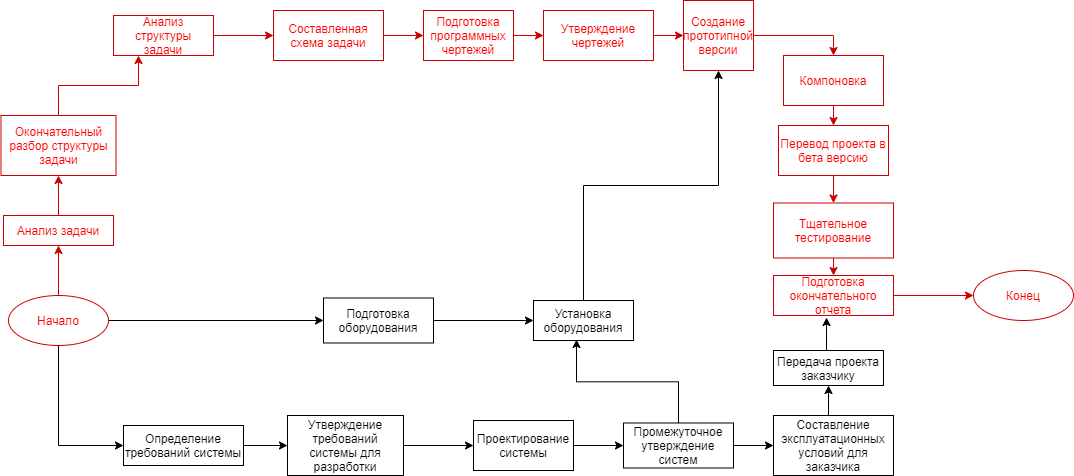
Earlier version of the draw.io export Network Diagram.png (krimberg/Alarm-clock). Source tidied: cells renumbered, new cells last; positions are measured from the earlier drawing's top-left corner, leaving out a move shared by most shapes.
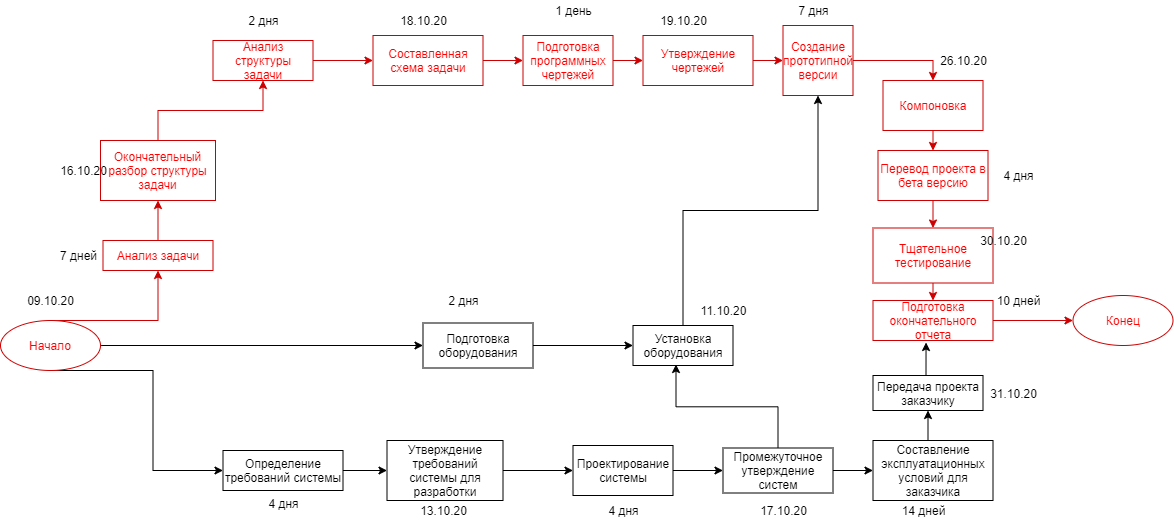
Above is the later version.

What changed in the source:
```diff
@@ -3,16 +3,25 @@
     <mxCell id="0" />
     <mxCell id="1" parent="0" />
     <mxCell id="2" style="edgeStyle=orthogonalEdgeStyle;rounded=0;jettySize=auto;html=1;exitX=0.5;exitY=0;exitDx=0;exitDy=0;entryX=0.5;entryY=1;entryDx=0;entryDy=0;fontColor=#FF0000;strokeColor=#CC0000;" parent="1" edge="1" source="5" target="8">
-      <mxGeometry relative="1" as="geometry" />
+      <mxGeometry relative="1" as="geometry">
+        <Array as="points">
+          <mxPoint x="57" y="295" />
+        </Array>
+      </mxGeometry>
     </mxCell>
     <mxCell id="3" style="edgeStyle=orthogonalEdgeStyle;rounded=0;jettySize=auto;html=1;exitX=0.5;exitY=1;exitDx=0;exitDy=0;entryX=0;entryY=0.5;entryDx=0;entryDy=0;fontColor=#000000;" parent="1" edge="1" source="5" target="30">
-      <mxGeometry relative="1" as="geometry" />
+      <mxGeometry relative="1" as="geometry">
+        <Array as="points">
+          <mxPoint x="52" y="345" />
+          <mxPoint x="52" y="445" />
+        </Array>
+      </mxGeometry>
     </mxCell>
     <mxCell id="4" style="edgeStyle=orthogonalEdgeStyle;rounded=0;jettySize=auto;html=1;exitX=1;exitY=0.5;exitDx=0;exitDy=0;entryX=0;entryY=0.5;entryDx=0;entryDy=0;strokeColor=#000000;fontColor=#000000;" parent="1" edge="1" source="5" target="38">
       <mxGeometry relative="1" as="geometry" />
     </mxCell>
     <mxCell id="5" value="Начало" style="ellipse;whiteSpace=wrap;html=1;fontColor=#FF0000;strokeColor=#CC0000;" parent="1" vertex="1">
-      <mxGeometry x="7" y="295" width="100" height="50" as="geometry" />
+      <mxGeometry x="-100.5" y="295" width="100" height="50" as="geometry" />
     </mxCell>
     <mxCell id="6" value="Конец" style="ellipse;whiteSpace=wrap;html=1;fontColor=#FF0000;strokeColor=#CC0000;" parent="1" vertex="1">
       <mxGeometry x="972" y="270" width="100" height="50" as="geometry" />
@@ -23,11 +32,11 @@
     <mxCell id="8" value="Анализ задачи" style="rounded=0;whiteSpace=wrap;html=1;strokeColor=#CC0000;fontColor=#FF0000;" parent="1" vertex="1">
       <mxGeometry x="2" y="215" width="110" height="30" as="geometry" />
     </mxCell>
-    <mxCell id="9" style="edgeStyle=orthogonalEdgeStyle;rounded=0;jettySize=auto;html=1;exitX=0.5;exitY=0;exitDx=0;exitDy=0;entryX=0.25;entryY=1;entryDx=0;entryDy=0;strokeColor=#CC0000;fontColor=#FF0000;" parent="1" edge="1" source="10" target="12">
+    <mxCell id="9" style="edgeStyle=orthogonalEdgeStyle;rounded=0;jettySize=auto;html=1;exitX=0.5;exitY=0;exitDx=0;exitDy=0;entryX=0.5;entryY=1;entryDx=0;entryDy=0;strokeColor=#CC0000;fontColor=#FF0000;" parent="1" edge="1" source="10" target="12">
       <mxGeometry relative="1" as="geometry">
         <Array as="points">
           <mxPoint x="57" y="85" />
-          <mxPoint x="137" y="85" />
+          <mxPoint x="162" y="85" />
         </Array>
       </mxGeometry>
     </mxCell>
@@ -139,5 +148,65 @@
     <mxCell id="45" value="Составление эксплуатационных условий для заказчика" style="rounded=0;whiteSpace=wrap;html=1;strokeColor=#000000;fillColor=#ffffff;fontColor=#000000;" parent="1" vertex="1">
       <mxGeometry x="772" y="415" width="120" height="60" as="geometry" />
     </mxCell>
+    <mxCell id="46" value="09.10.20" style="text;html=1;align=center;verticalAlign=middle;" parent="1" vertex="1">
+      <mxGeometry x="-80.5" y="265" width="60" height="20" as="geometry" />
+    </mxCell>
+    <mxCell id="47" value="7 дней" style="text;html=1;align=center;verticalAlign=middle;" parent="1" vertex="1">
+      <mxGeometry x="-48" y="220" width="50" height="20" as="geometry" />
+    </mxCell>
+    <mxCell id="48" value="2 дня" style="text;html=1;align=center;verticalAlign=middle;" parent="1" vertex="1">
+      <mxGeometry x="137" y="-15" width="50" height="20" as="geometry" />
+    </mxCell>
+    <mxCell id="49" value="1 день" style="text;html=1;align=center;verticalAlign=middle;" parent="1" vertex="1">
+      <mxGeometry x="447" y="-25" width="50" height="20" as="geometry" />
+    </mxCell>
+    <mxCell id="50" value="7 дня" style="text;html=1;align=center;verticalAlign=middle;" parent="1" vertex="1">
+      <mxGeometry x="687" y="-25" width="50" height="20" as="geometry" />
+    </mxCell>
+    <mxCell id="51" value="4 дня" style="text;html=1;align=center;verticalAlign=middle;" parent="1" vertex="1">
+      <mxGeometry x="892" y="140" width="50" height="20" as="geometry" />
+    </mxCell>
+    <mxCell id="52" value="10 дней" style="text;html=1;align=center;verticalAlign=middle;" parent="1" vertex="1">
+      <mxGeometry x="887" y="265" width="60" height="20" as="geometry" />
+    </mxCell>
+    <mxCell id="53" value="2 дня" style="text;html=1;align=center;verticalAlign=middle;" parent="1" vertex="1">
+      <mxGeometry x="337" y="265" width="50" height="20" as="geometry" />
+    </mxCell>
+    <mxCell id="54" value="14 дней" style="text;html=1;align=center;verticalAlign=middle;" parent="1" vertex="1">
+      <mxGeometry x="792" y="475" width="60" height="20" as="geometry" />
+    </mxCell>
+    <mxCell id="55" value="4 дня" style="text;html=1;align=center;verticalAlign=middle;" parent="1" vertex="1">
+      <mxGeometry x="497" y="475" width="50" height="20" as="geometry" />
+    </mxCell>
+    <mxCell id="56" value="4 дня" style="text;html=1;align=center;verticalAlign=middle;" parent="1" vertex="1">
+      <mxGeometry x="157" y="467.5" width="50" height="20" as="geometry" />
+    </mxCell>
+    <mxCell id="57" value="16.10.20" style="text;html=1;align=center;verticalAlign=middle;" parent="1" vertex="1">
+      <mxGeometry x="-48" y="135" width="60" height="20" as="geometry" />
+    </mxCell>
+    <mxCell id="58" value="18.10.20" style="text;html=1;align=center;verticalAlign=middle;" parent="1" vertex="1">
+      <mxGeometry x="292" y="-15" width="60" height="20" as="geometry" />
+    </mxCell>
+    <mxCell id="59" value="19.10.20" style="text;html=1;align=center;verticalAlign=middle;" parent="1" vertex="1">
+      <mxGeometry x="552" y="-15" width="60" height="20" as="geometry" />
+    </mxCell>
+    <mxCell id="60" value="26.10.20" style="text;html=1;align=center;verticalAlign=middle;" parent="1" vertex="1">
+      <mxGeometry x="832" y="25" width="60" height="20" as="geometry" />
+    </mxCell>
+    <mxCell id="61" value="30.10.20" style="text;html=1;align=center;verticalAlign=middle;" parent="1" vertex="1">
+      <mxGeometry x="872" y="205" width="60" height="20" as="geometry" />
+    </mxCell>
+    <mxCell id="62" value="13.10.20" style="text;html=1;align=center;verticalAlign=middle;" parent="1" vertex="1">
+      <mxGeometry x="312" y="475" width="60" height="20" as="geometry" />
+    </mxCell>
+    <mxCell id="63" value="17.10.20" style="text;html=1;align=center;verticalAlign=middle;" parent="1" vertex="1">
+      <mxGeometry x="652" y="475" width="60" height="20" as="geometry" />
+    </mxCell>
+    <mxCell id="64" value="31.10.20" style="text;html=1;align=center;verticalAlign=middle;" parent="1" vertex="1">
+      <mxGeometry x="882" y="357.5" width="60" height="20" as="geometry" />
+    </mxCell>
+    <mxCell id="65" value="11.10.20" style="text;html=1;align=center;verticalAlign=middle;" parent="1" vertex="1">
+      <mxGeometry x="592" y="275" width="60" height="20" as="geometry" />
+    </mxCell>
   </root>
 </mxGraphModel>
```
